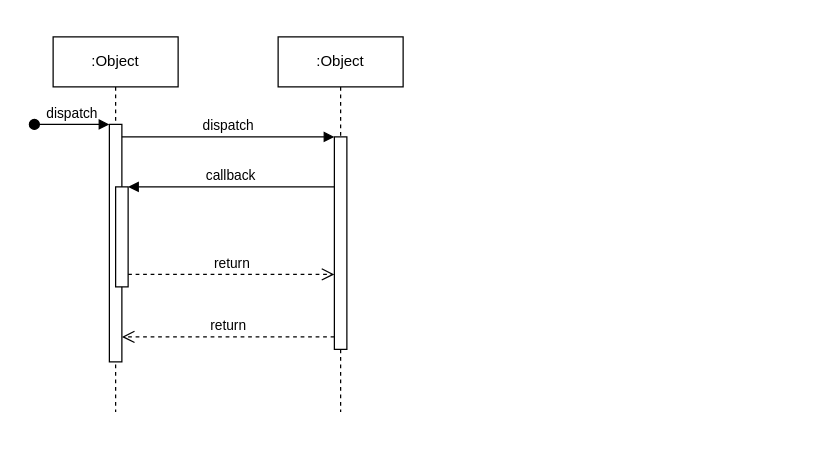
Above: sequence diagram tambah data user.drawio in zzarr/Tugas-Akhir (draw.io), before the change. Source tidied: cells renumbered, new cells numbered last; positions are measured from the earlier drawing's top-left corner, leaving out a move shared by most shapes. Both pictures are drawn from the tidied source at 125%, with x=0, y=0 at pixel (34, 36).
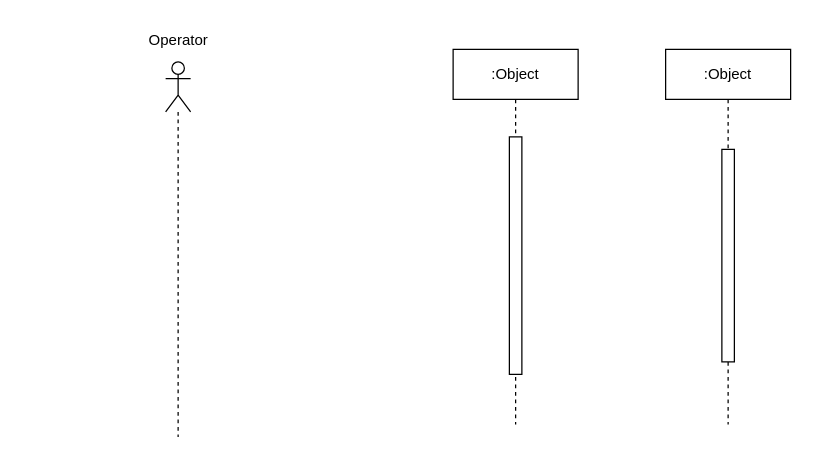
Above is the later version.

What changed in the source:
```diff
@@
 <mxGraphModel>
   <root>
     <mxCell id="0" />
     <mxCell id="1" parent="0" />
     <mxCell id="2" value=":Object" style="shape=umlLifeline;perimeter=lifelinePerimeter;whiteSpace=wrap;html=1;newEdgeStyle={&quot;edgeStyle&quot;:&quot;elbowEdgeStyle&quot;,&quot;elbow&quot;:&quot;vertical&quot;,&quot;curved&quot;:0,&quot;rounded&quot;:0};" parent="1" vertex="1">
-      <mxGeometry x="15" width="100" height="300" as="geometry" />
+      <mxGeometry x="335" y="10" width="100" height="300" as="geometry" />
     </mxCell>
     <mxCell id="3" style="html=1;points=[];perimeter=orthogonalPerimeter;outlineConnect=0;targetShapes=umlLifeline;portConstraint=eastwest;newEdgeStyle={&quot;edgeStyle&quot;:&quot;elbowEdgeStyle&quot;,&quot;elbow&quot;:&quot;vertical&quot;,&quot;curved&quot;:0,&quot;rounded&quot;:0};" parent="2" vertex="1">
       <mxGeometry x="45" y="70" width="10" height="190" as="geometry" />
     </mxCell>
-    <mxCell id="4" value="dispatch" style="html=1;verticalAlign=bottom;startArrow=oval;endArrow=block;startSize=8;edgeStyle=elbowEdgeStyle;elbow=vertical;curved=0;rounded=0;" parent="2" edge="1" target="3">
-      <mxGeometry relative="1" as="geometry">
-        <mxPoint x="-15" y="70" as="sourcePoint" />
-      </mxGeometry>
-    </mxCell>
-    <mxCell id="5" style="html=1;points=[];perimeter=orthogonalPerimeter;outlineConnect=0;targetShapes=umlLifeline;portConstraint=eastwest;newEdgeStyle={&quot;edgeStyle&quot;:&quot;elbowEdgeStyle&quot;,&quot;elbow&quot;:&quot;vertical&quot;,&quot;curved&quot;:0,&quot;rounded&quot;:0};" parent="2" vertex="1">
-      <mxGeometry x="50" y="120" width="10" height="80" as="geometry" />
-    </mxCell>
     <mxCell id="6" value=":Object" style="shape=umlLifeline;perimeter=lifelinePerimeter;whiteSpace=wrap;html=1;newEdgeStyle={&quot;edgeStyle&quot;:&quot;elbowEdgeStyle&quot;,&quot;elbow&quot;:&quot;vertical&quot;,&quot;curved&quot;:0,&quot;rounded&quot;:0};" parent="1" vertex="1">
-      <mxGeometry x="195" width="100" height="300" as="geometry" />
+      <mxGeometry x="505" y="10" width="100" height="300" as="geometry" />
     </mxCell>
     <mxCell id="7" style="html=1;points=[];perimeter=orthogonalPerimeter;outlineConnect=0;targetShapes=umlLifeline;portConstraint=eastwest;newEdgeStyle={&quot;edgeStyle&quot;:&quot;elbowEdgeStyle&quot;,&quot;elbow&quot;:&quot;vertical&quot;,&quot;curved&quot;:0,&quot;rounded&quot;:0};" parent="6" vertex="1">
       <mxGeometry x="45" y="80" width="10" height="170" as="geometry" />
     </mxCell>
-    <mxCell id="8" value="dispatch" style="html=1;verticalAlign=bottom;endArrow=block;edgeStyle=elbowEdgeStyle;elbow=vertical;curved=0;rounded=0;" parent="1" edge="1" source="3" target="7">
-      <mxGeometry relative="1" as="geometry">
-        <Array as="points">
-          <mxPoint x="155" y="80" />
-        </Array>
-      </mxGeometry>
-    </mxCell>
-    <mxCell id="9" value="return" style="html=1;verticalAlign=bottom;endArrow=open;dashed=1;endSize=8;edgeStyle=elbowEdgeStyle;elbow=vertical;curved=0;rounded=0;" parent="1" edge="1" source="7" target="3">
-      <mxGeometry relative="1" as="geometry">
-        <Array as="points">
-          <mxPoint x="165" y="240" />
-        </Array>
-      </mxGeometry>
-    </mxCell>
-    <mxCell id="10" value="callback" style="html=1;verticalAlign=bottom;endArrow=block;edgeStyle=elbowEdgeStyle;elbow=vertical;curved=0;rounded=0;" parent="1" edge="1" source="7" target="5">
-      <mxGeometry relative="1" as="geometry">
-        <Array as="points">
-          <mxPoint x="165" y="120" />
-        </Array>
-      </mxGeometry>
-    </mxCell>
-    <mxCell id="11" value="return" style="html=1;verticalAlign=bottom;endArrow=open;dashed=1;endSize=8;edgeStyle=elbowEdgeStyle;elbow=vertical;curved=0;rounded=0;" parent="1" edge="1" source="5" target="7">
-      <mxGeometry relative="1" as="geometry">
-        <Array as="points">
-          <mxPoint x="155" y="190" />
-        </Array>
-      </mxGeometry>
-    </mxCell>
+    <mxCell id="12" style="shape=umlLifeline;perimeter=lifelinePerimeter;whiteSpace=wrap;html=1;newEdgeStyle={&quot;curved&quot;:0,&quot;rounded&quot;:0};participant=umlActor;" parent="1" vertex="1">
+      <mxGeometry x="105" y="20" width="20" height="300" as="geometry" />
+    </mxCell>
+    <mxCell id="13" value="Operator" style="text;html=1;align=center;verticalAlign=middle;strokeColor=none;fillColor=none;" parent="1" vertex="1">
+      <mxGeometry x="80" y="-12" width="70" height="30" as="geometry" />
+    </mxCell>
   </root>
 </mxGraphModel>
```
